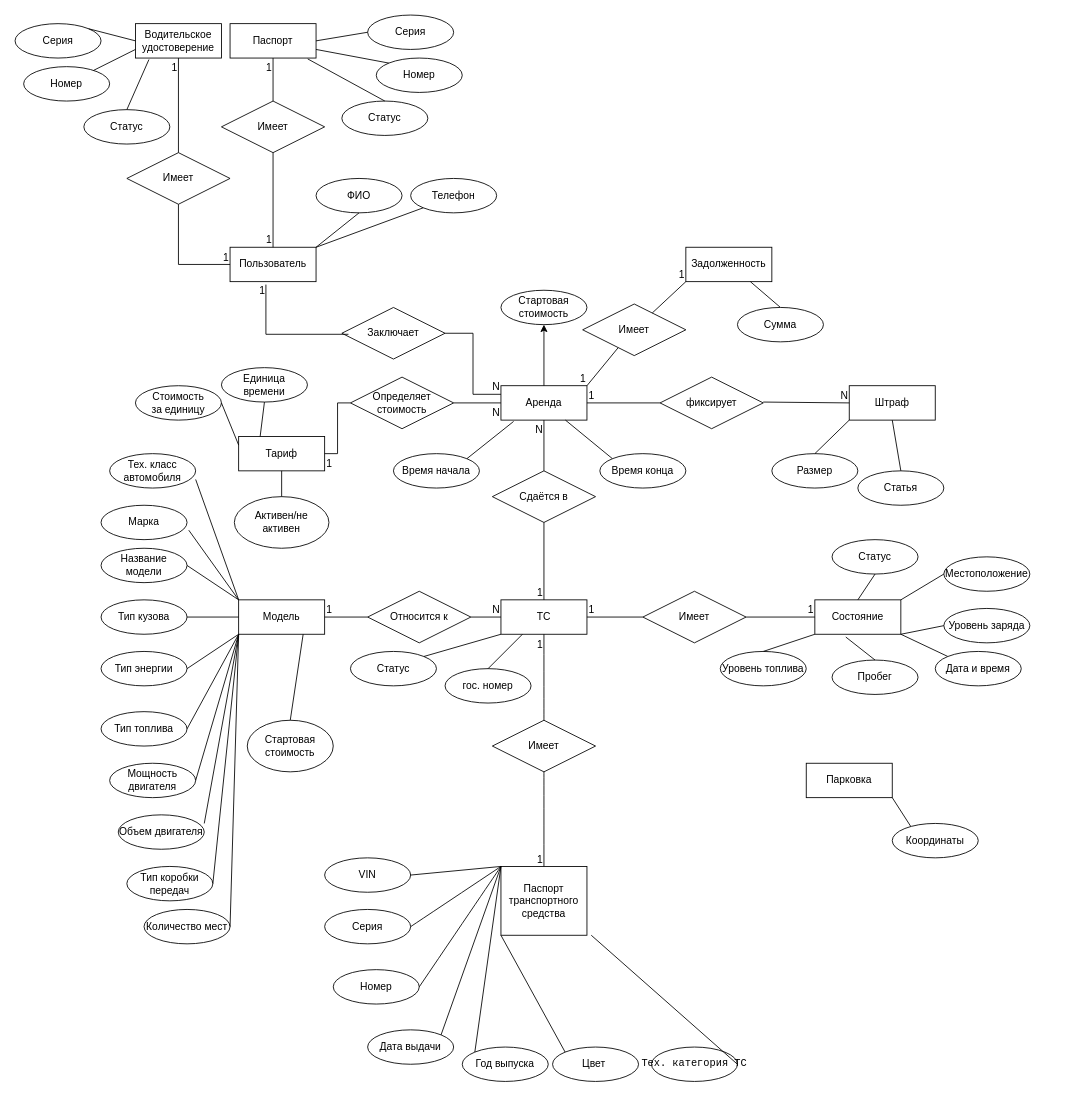
Earlier version of the draw.io diagram page "Page-1" (1 of 2) of 02-er/ERD.drawio.xml (maurice-yandex-practicum/IT_Project_Kubrakov). Source tidied: cells renumbered, new cells numbered last; positions are measured from the earlier drawing's top-left corner, leaving out a move shared by most shapes. Both pictures are drawn from the tidied source at 86%, with x=0, y=0 at pixel (15, 15).
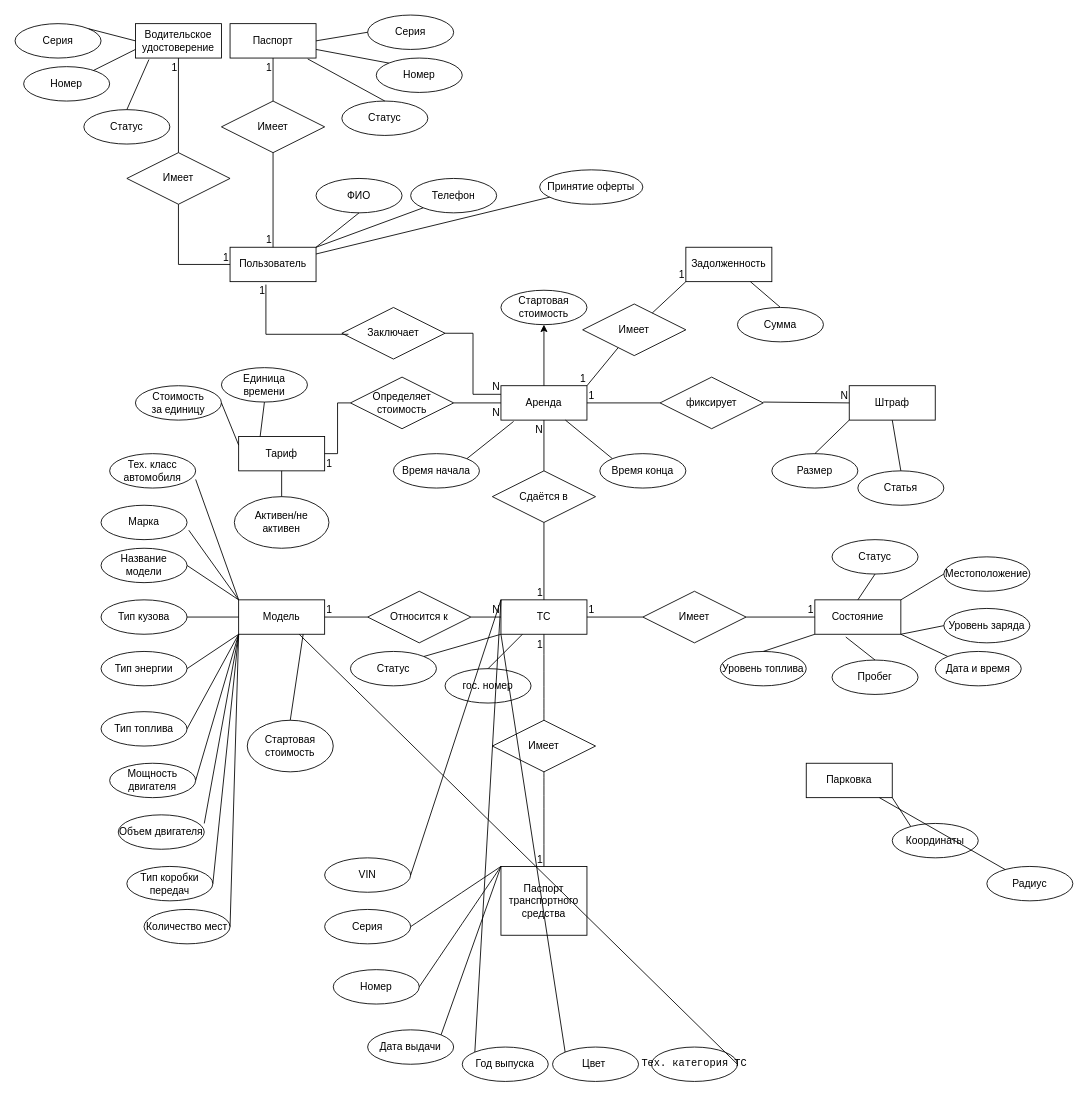
After the change.

Unchanged cells that the change refers to:
```xml
<mxCell id="2" value="ТС" style="whiteSpace=wrap;html=1;align=center;" parent="1" vertex="1">
  <mxGeometry x="565" y="680" width="100" height="40" as="geometry" />
</mxCell>
<mxCell id="5" value="&lt;div&gt;VIN&lt;/div&gt;" style="ellipse;whiteSpace=wrap;html=1;align=center;" parent="1" vertex="1">
  <mxGeometry x="360" y="980" width="100" height="40" as="geometry" />
</mxCell>
<mxCell id="13" value="Модель" style="whiteSpace=wrap;html=1;align=center;" parent="1" vertex="1">
  <mxGeometry x="260" y="680" width="100" height="40" as="geometry" />
</mxCell>
<mxCell id="24" value="&lt;br&gt;Паспорт транспортного средства&lt;div&gt;&lt;br/&gt;&lt;/div&gt;" style="whiteSpace=wrap;html=1;align=center;" parent="1" vertex="1">
  <mxGeometry x="565" y="990" width="100" height="80" as="geometry" />
</mxCell>
<mxCell id="34" value="&lt;div&gt;Пользователь&lt;/div&gt;" style="whiteSpace=wrap;html=1;align=center;" parent="1" vertex="1">
  <mxGeometry x="250" y="270" width="100" height="40" as="geometry" />
</mxCell>
<mxCell id="43" value="Год выпуска" style="ellipse;whiteSpace=wrap;html=1;align=center;" parent="1" vertex="1">
  <mxGeometry x="520" y="1200" width="100" height="40" as="geometry" />
</mxCell>
<mxCell id="45" value="Цвет&amp;nbsp;" style="ellipse;whiteSpace=wrap;html=1;align=center;" parent="1" vertex="1">
  <mxGeometry x="625" y="1200" width="100" height="40" as="geometry" />
</mxCell>
<mxCell id="51" value="&lt;pre dir=&quot;ltr&quot;&gt;&lt;code&gt;Тех. категория ТС&lt;/code&gt;&lt;/pre&gt;" style="ellipse;whiteSpace=wrap;html=1;align=center;" parent="1" vertex="1">
  <mxGeometry x="740" y="1200" width="100" height="40" as="geometry" />
</mxCell>
<mxCell id="131" value="Парковка" style="whiteSpace=wrap;html=1;align=center;" parent="1" vertex="1">
  <mxGeometry x="920" y="870" width="100" height="40" as="geometry" />
</mxCell>
```

What changed in the source:
```diff
@@
-    <mxCell id="6" style="endArrow=none;html=1;rounded=0;defaultLabelBackgroundColor=page;labelPadding=0 4;entryX=0;entryY=0;entryDx=0;entryDy=0;exitX=1;exitY=0.5;exitDx=0;exitDy=0;" parent="1" edge="1" source="5" target="24">
+    <mxCell id="6" style="endArrow=none;html=1;rounded=0;defaultLabelBackgroundColor=page;labelPadding=0 4;entryX=0;entryY=0;entryDx=0;entryDy=0;exitX=1;exitY=0.5;exitDx=0;exitDy=0;" parent="1" edge="1" source="5" target="2">
       <mxGeometry relative="1" as="geometry" />
     </mxCell>
@@
-    <mxCell id="44" style="endArrow=none;html=1;rounded=0;defaultLabelBackgroundColor=page;labelPadding=0 4;exitX=0;exitY=0;exitDx=0;exitDy=0;entryX=0;entryY=0;entryDx=0;entryDy=0;" parent="1" edge="1" source="43" target="24">
+    <mxCell id="44" style="endArrow=none;html=1;rounded=0;defaultLabelBackgroundColor=page;labelPadding=0 4;exitX=0;exitY=0;exitDx=0;exitDy=0;entryX=0;entryY=0;entryDx=0;entryDy=0;" parent="1" edge="1" source="43" target="2">
       <mxGeometry relative="1" as="geometry" />
     </mxCell>
@@
-    <mxCell id="46" style="endArrow=none;html=1;rounded=0;defaultLabelBackgroundColor=page;labelPadding=0 4;exitX=0;exitY=0;exitDx=0;exitDy=0;entryX=0;entryY=1;entryDx=0;entryDy=0;" parent="1" edge="1" source="45" target="24">
+    <mxCell id="46" style="endArrow=none;html=1;rounded=0;defaultLabelBackgroundColor=page;labelPadding=0 4;exitX=0;exitY=0;exitDx=0;exitDy=0;entryX=0;entryY=1;entryDx=0;entryDy=0;" parent="1" edge="1" source="45" target="2">
       <mxGeometry relative="1" as="geometry" />
     </mxCell>
@@
-    <mxCell id="52" style="endArrow=none;html=1;rounded=0;defaultLabelBackgroundColor=page;labelPadding=0 4;exitX=1;exitY=0.5;exitDx=0;exitDy=0;" parent="1" edge="1" source="51">
-      <mxGeometry relative="1" as="geometry">
-        <mxPoint x="670" y="1070" as="targetPoint" />
-      </mxGeometry>
+    <mxCell id="52" style="endArrow=none;html=1;rounded=0;defaultLabelBackgroundColor=page;labelPadding=0 4;exitX=1;exitY=0.5;exitDx=0;exitDy=0;" parent="1" edge="1" source="51" target="13">
+      <mxGeometry relative="1" as="geometry" />
     </mxCell>
@@
+    <mxCell id="152" value="Принятие оферты" style="ellipse;whiteSpace=wrap;html=1;align=center;" parent="1" vertex="1">
+      <mxGeometry x="610" y="180" width="120" height="40" as="geometry" />
+    </mxCell>
+    <mxCell id="153" style="endArrow=none;html=1;rounded=0;" parent="1" edge="1" source="34" target="152">
+      <mxGeometry relative="1" as="geometry" />
+    </mxCell>
+    <mxCell id="154" value="Радиус" style="ellipse;whiteSpace=wrap;html=1;align=center;" parent="1" vertex="1">
+      <mxGeometry x="1130" y="990" width="100" height="40" as="geometry" />
+    </mxCell>
+    <mxCell id="155" style="endArrow=none;html=1;rounded=0;" parent="1" edge="1" source="131" target="154">
+      <mxGeometry relative="1" as="geometry" />
+    </mxCell>
```
